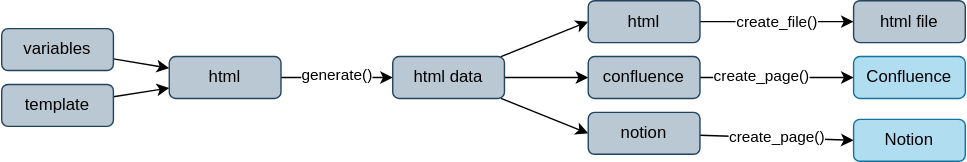
The draw.io diagram docs/diagram.drawio.svg in nakamasato/autonote, before a commit. Source tidied: cells renumbered, new cells last; positions are measured from the earlier drawing's top-left corner, leaving out a move shared by most shapes.
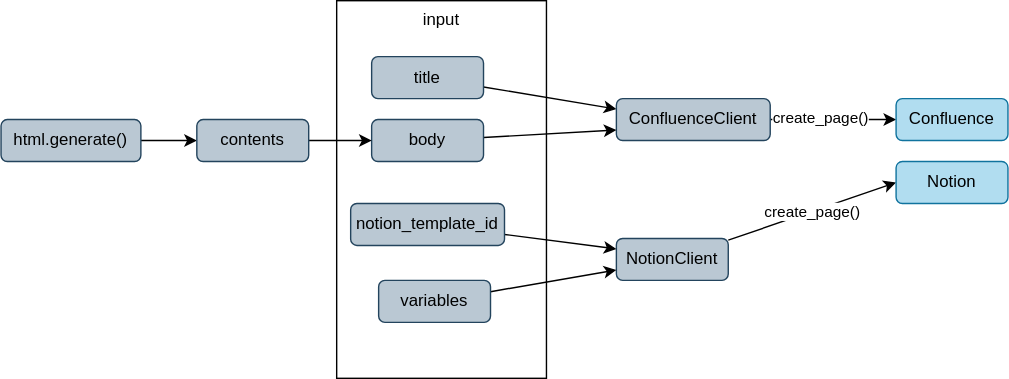
After the commit.

Diff of the diagram source:
```diff
@@ -2,12 +2,9 @@
   <root>
     <mxCell id="0" />
     <mxCell id="1" parent="0" />
-    <mxCell id="2" style="edgeStyle=none;html=1;exitX=1;exitY=0.5;exitDx=0;exitDy=0;" parent="1" edge="1" source="13" target="11">
-      <mxGeometry relative="1" as="geometry" />
-    </mxCell>
-    <mxCell id="3" value="generate()" style="edgeLabel;html=1;align=center;verticalAlign=middle;" parent="2" vertex="1">
-      <mxGeometry x="-0.03" y="3" relative="1" as="geometry" />
-    </mxCell>
+    <mxCell id="23" value="input" style="rounded=0;whiteSpace=wrap;html=1;verticalAlign=top;" parent="1" vertex="1">
+      <mxGeometry x="220" y="-30" width="150" height="270" as="geometry" />
+    </mxCell>
     <mxCell id="4" style="edgeStyle=none;html=1;" parent="1" edge="1" source="17" target="12">
       <mxGeometry relative="1" as="geometry" />
     </mxCell>
@@ -17,53 +14,53 @@
     <mxCell id="6" value="create_page()" style="edgeStyle=none;html=1;entryX=0;entryY=0.5;entryDx=0;entryDy=0;" parent="1" edge="1" source="18" target="14">
       <mxGeometry relative="1" as="geometry" />
     </mxCell>
-    <mxCell id="7" value="create_file()" style="edgeStyle=none;html=1;entryX=0;entryY=0.5;entryDx=0;entryDy=0;exitX=1;exitY=0.5;exitDx=0;exitDy=0;" parent="1" edge="1" source="16" target="15">
-      <mxGeometry relative="1" as="geometry" />
-    </mxCell>
-    <mxCell id="8" style="edgeStyle=none;html=1;entryX=0;entryY=0.5;entryDx=0;entryDy=0;" parent="1" edge="1" source="11" target="16">
-      <mxGeometry relative="1" as="geometry" />
-    </mxCell>
-    <mxCell id="9" style="edgeStyle=none;html=1;entryX=0;entryY=0.5;entryDx=0;entryDy=0;" parent="1" edge="1" source="11" target="17">
+    <mxCell id="9" style="edgeStyle=none;html=1;entryX=0;entryY=0.25;entryDx=0;entryDy=0;" parent="1" edge="1" source="11" target="17">
       <mxGeometry relative="1" as="geometry" />
     </mxCell>
-    <mxCell id="10" style="edgeStyle=none;html=1;entryX=0;entryY=0.5;entryDx=0;entryDy=0;" parent="1" edge="1" source="11" target="18">
-      <mxGeometry relative="1" as="geometry" />
-    </mxCell>
-    <mxCell id="11" value="html data" style="rounded=1;whiteSpace=wrap;html=1;fillColor=#bac8d3;strokeColor=#23445d;" parent="1" vertex="1">
-      <mxGeometry x="280" y="40" width="80" height="30" as="geometry" />
+    <mxCell id="11" value="title" style="rounded=1;whiteSpace=wrap;html=1;fillColor=#bac8d3;strokeColor=#23445d;" parent="1" vertex="1">
+      <mxGeometry x="245" y="10" width="80" height="30" as="geometry" />
     </mxCell>
     <mxCell id="12" value="Confluence" style="rounded=1;whiteSpace=wrap;html=1;fillColor=#b1ddf0;strokeColor=#10739e;" parent="1" vertex="1">
-      <mxGeometry x="610" y="40" width="80" height="30" as="geometry" />
+      <mxGeometry x="620" y="40" width="80" height="30" as="geometry" />
     </mxCell>
-    <mxCell id="13" value="html" style="rounded=1;whiteSpace=wrap;html=1;fillColor=#bac8d3;strokeColor=#23445d;" parent="1" vertex="1">
-      <mxGeometry x="120" y="40" width="80" height="30" as="geometry" />
-    </mxCell>
     <mxCell id="14" value="Notion" style="rounded=1;whiteSpace=wrap;html=1;fillColor=#b1ddf0;strokeColor=#10739e;" parent="1" vertex="1">
-      <mxGeometry x="610" y="85" width="80" height="30" as="geometry" />
+      <mxGeometry x="620" y="85" width="80" height="30" as="geometry" />
     </mxCell>
-    <mxCell id="15" value="html file" style="rounded=1;whiteSpace=wrap;html=1;fillColor=#bac8d3;strokeColor=#23445d;" parent="1" vertex="1">
-      <mxGeometry x="610" width="80" height="30" as="geometry" />
-    </mxCell>
-    <mxCell id="16" value="html" style="rounded=1;whiteSpace=wrap;html=1;fillColor=#bac8d3;strokeColor=#23445d;" parent="1" vertex="1">
-      <mxGeometry x="420" width="80" height="30" as="geometry" />
-    </mxCell>
-    <mxCell id="17" value="confluence" style="rounded=1;whiteSpace=wrap;html=1;fillColor=#bac8d3;strokeColor=#23445d;" parent="1" vertex="1">
-      <mxGeometry x="420" y="40" width="80" height="30" as="geometry" />
+    <mxCell id="17" value="ConfluenceClient" style="rounded=1;whiteSpace=wrap;html=1;fillColor=#bac8d3;strokeColor=#23445d;" parent="1" vertex="1">
+      <mxGeometry x="420" y="40" width="110" height="30" as="geometry" />
     </mxCell>
-    <mxCell id="18" value="notion" style="rounded=1;whiteSpace=wrap;html=1;fillColor=#bac8d3;strokeColor=#23445d;" parent="1" vertex="1">
-      <mxGeometry x="420" y="80" width="80" height="30" as="geometry" />
+    <mxCell id="18" value="NotionClient" style="rounded=1;whiteSpace=wrap;html=1;fillColor=#bac8d3;strokeColor=#23445d;" parent="1" vertex="1">
+      <mxGeometry x="420" y="140" width="80" height="30" as="geometry" />
     </mxCell>
-    <mxCell id="19" style="edgeStyle=none;html=1;entryX=0;entryY=0.75;entryDx=0;entryDy=0;" parent="1" edge="1" source="20" target="13">
-      <mxGeometry relative="1" as="geometry" />
-    </mxCell>
-    <mxCell id="20" value="template" style="rounded=1;whiteSpace=wrap;html=1;fillColor=#bac8d3;strokeColor=#23445d;" parent="1" vertex="1">
-      <mxGeometry y="60" width="80" height="30" as="geometry" />
-    </mxCell>
-    <mxCell id="21" style="edgeStyle=none;html=1;" parent="1" edge="1" source="22" target="13">
-      <mxGeometry relative="1" as="geometry" />
-    </mxCell>
+    <mxCell id="24" style="edgeStyle=none;html=1;entryX=0;entryY=0.75;entryDx=0;entryDy=0;" parent="1" edge="1" source="22" target="18">
+      <mxGeometry relative="1" as="geometry" />
+    </mxCell>
     <mxCell id="22" value="variables" style="rounded=1;whiteSpace=wrap;html=1;fillColor=#bac8d3;strokeColor=#23445d;" parent="1" vertex="1">
-      <mxGeometry y="20" width="80" height="30" as="geometry" />
+      <mxGeometry x="250" y="170" width="80" height="30" as="geometry" />
     </mxCell>
+    <mxCell id="25" style="edgeStyle=none;html=1;entryX=0;entryY=0.25;entryDx=0;entryDy=0;" parent="1" edge="1" source="26" target="18">
+      <mxGeometry relative="1" as="geometry" />
+    </mxCell>
+    <mxCell id="26" value="notion_template_id" style="rounded=1;whiteSpace=wrap;html=1;fillColor=#bac8d3;strokeColor=#23445d;" parent="1" vertex="1">
+      <mxGeometry x="230" y="115" width="110" height="30" as="geometry" />
+    </mxCell>
+    <mxCell id="27" style="edgeStyle=none;html=1;entryX=0;entryY=0.75;entryDx=0;entryDy=0;" parent="1" edge="1" source="28" target="17">
+      <mxGeometry relative="1" as="geometry" />
+    </mxCell>
+    <mxCell id="28" value="body" style="rounded=1;whiteSpace=wrap;html=1;fillColor=#bac8d3;strokeColor=#23445d;" parent="1" vertex="1">
+      <mxGeometry x="245" y="55" width="80" height="30" as="geometry" />
+    </mxCell>
+    <mxCell id="29" style="edgeStyle=none;html=1;" parent="1" edge="1" source="30" target="32">
+      <mxGeometry relative="1" as="geometry" />
+    </mxCell>
+    <mxCell id="30" value="html.generate()" style="rounded=1;whiteSpace=wrap;html=1;fillColor=#bac8d3;strokeColor=#23445d;" parent="1" vertex="1">
+      <mxGeometry x="-20" y="55" width="100" height="30" as="geometry" />
+    </mxCell>
+    <mxCell id="31" style="edgeStyle=none;html=1;" parent="1" edge="1" source="32" target="28">
+      <mxGeometry relative="1" as="geometry" />
+    </mxCell>
+    <mxCell id="32" value="contents" style="rounded=1;whiteSpace=wrap;html=1;fillColor=#bac8d3;strokeColor=#23445d;" parent="1" vertex="1">
+      <mxGeometry x="120" y="55" width="80" height="30" as="geometry" />
+    </mxCell>
   </root>
 </mxGraphModel>
```
